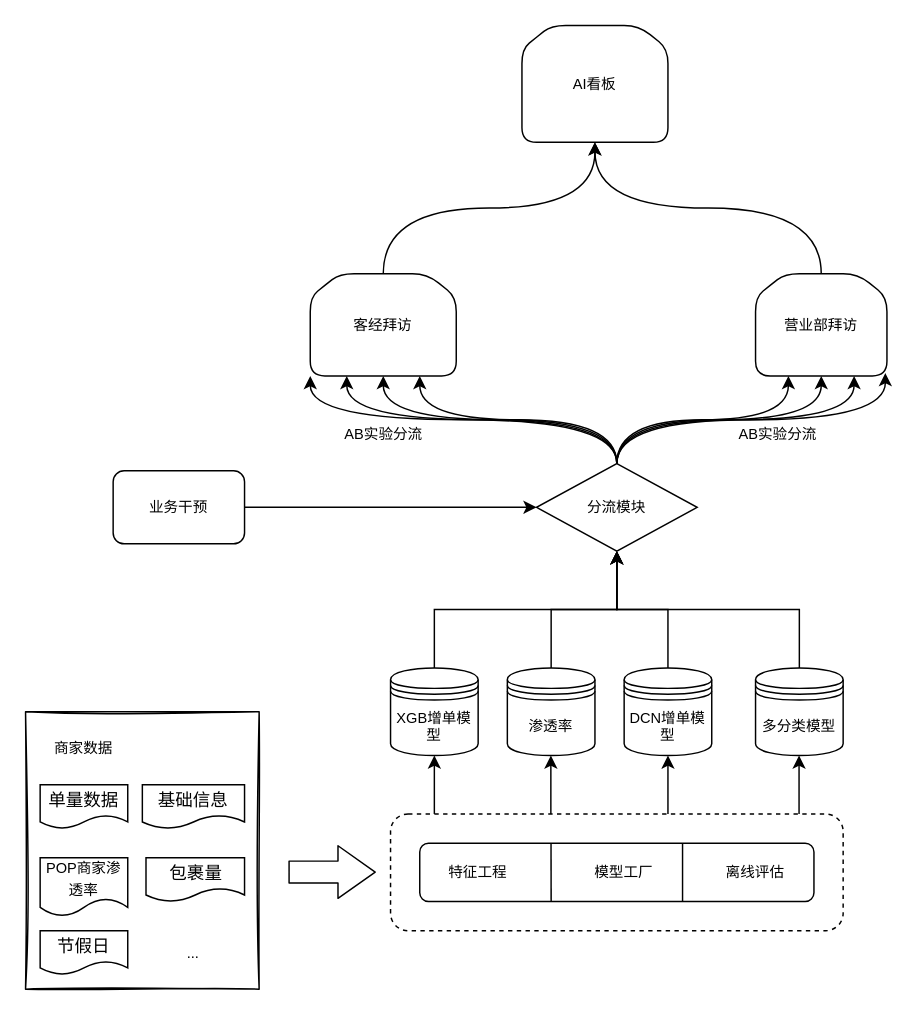
Earlier version of the draw.io diagram 增单.drawio (JintaiYang/drawio). Source tidied: cells renumbered, new cells numbered last; positions are measured from the earlier drawing's top-left corner, leaving out a move shared by most shapes. Both pictures are drawn from the tidied source at 146%, with x=0, y=0 at pixel (25, 25).
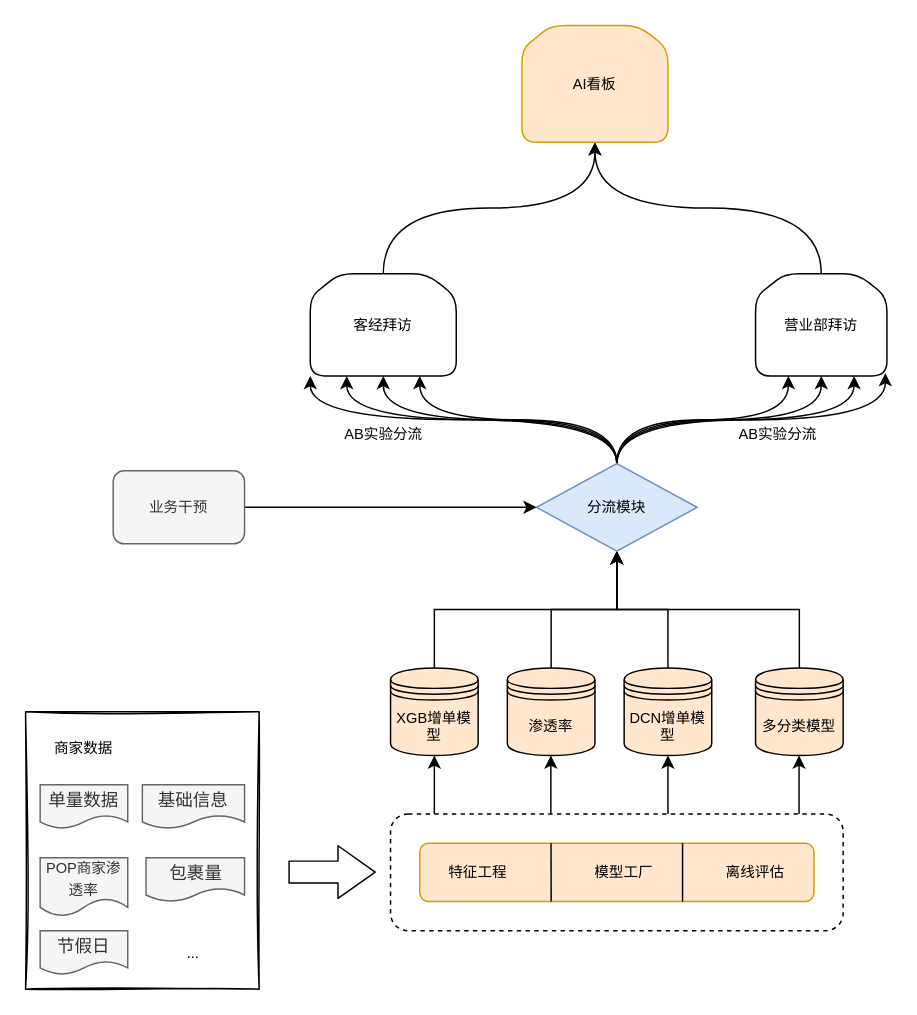
Above is the later version.

The change refers to these unchanged cells:
```xml
<mxCell id="2" style="group;" parent="1" vertex="1">
  <mxGeometry y="470" width="160" height="190" as="geometry" />
</mxCell>
```

What changed in the source:
```diff
@@
-    <mxCell id="4" value="单量数据" style="shape=document;whiteSpace=wrap;html=1;boundedLbl=1;" parent="2" vertex="1">
+    <mxCell id="4" value="单量数据" style="shape=document;whiteSpace=wrap;html=1;boundedLbl=1;fillColor=#f5f5f5;fontColor=#333333;strokeColor=#666666;" parent="2" vertex="1">
       <mxGeometry x="10" y="50" width="60" height="30" as="geometry" />
     </mxCell>
-    <mxCell id="5" value="&lt;font style=&quot;font-size: 10px;&quot;&gt;POP商家渗透率&lt;/font&gt;" style="shape=document;whiteSpace=wrap;html=1;boundedLbl=1;" parent="2" vertex="1">
+    <mxCell id="5" value="&lt;font style=&quot;font-size: 10px;&quot;&gt;POP商家渗透率&lt;/font&gt;" style="shape=document;whiteSpace=wrap;html=1;boundedLbl=1;fillColor=#f5f5f5;fontColor=#333333;strokeColor=#666666;" parent="2" vertex="1">
       <mxGeometry x="10" y="100" width="60" height="40" as="geometry" />
     </mxCell>
-    <mxCell id="6" value="基础信息" style="shape=document;whiteSpace=wrap;html=1;boundedLbl=1;" parent="2" vertex="1">
+    <mxCell id="6" value="基础信息" style="shape=document;whiteSpace=wrap;html=1;boundedLbl=1;fillColor=#f5f5f5;fontColor=#333333;strokeColor=#666666;" parent="2" vertex="1">
       <mxGeometry x="80" y="50" width="70" height="30" as="geometry" />
     </mxCell>
-    <mxCell id="7" value="节假日" style="shape=document;whiteSpace=wrap;html=1;boundedLbl=1;" parent="2" vertex="1">
+    <mxCell id="7" value="节假日" style="shape=document;whiteSpace=wrap;html=1;boundedLbl=1;fillColor=#f5f5f5;fontColor=#333333;strokeColor=#666666;" parent="2" vertex="1">
       <mxGeometry x="10" y="150" width="60" height="30" as="geometry" />
     </mxCell>
-    <mxCell id="8" value="包裹量" style="shape=document;whiteSpace=wrap;html=1;boundedLbl=1;" parent="2" vertex="1">
+    <mxCell id="8" value="包裹量" style="shape=document;whiteSpace=wrap;html=1;boundedLbl=1;fillColor=#f5f5f5;fontColor=#333333;strokeColor=#666666;" parent="2" vertex="1">
       <mxGeometry x="82.5" y="100" width="67.5" height="30" as="geometry" />
     </mxCell>
@@
-    <mxCell id="12" style="rounded=1;whiteSpace=wrap;html=1;sketch=0;fontSize=10;fillColor=none;" parent="1" vertex="1">
+    <mxCell id="12" style="rounded=1;whiteSpace=wrap;html=1;sketch=0;fontSize=10;fillColor=#ffe6cc;strokeColor=#d79b00;" parent="1" vertex="1">
       <mxGeometry x="270" y="560" width="270" height="40" as="geometry" />
     </mxCell>
@@
-    <mxCell id="19" value="XGB增单模型" style="shape=datastore;whiteSpace=wrap;html=1;rounded=0;sketch=0;fontSize=10;fillColor=none;" parent="1" vertex="1">
+    <mxCell id="19" value="XGB增单模型" style="shape=datastore;whiteSpace=wrap;html=1;rounded=0;sketch=0;fontSize=10;fillColor=#ffe6cc;strokeColor=#000000;" parent="1" vertex="1">
       <mxGeometry x="250" y="440" width="60" height="60" as="geometry" />
     </mxCell>
@@
-    <mxCell id="21" value="渗透率" style="shape=datastore;whiteSpace=wrap;html=1;rounded=0;sketch=0;fontSize=10;fillColor=none;" parent="1" vertex="1">
+    <mxCell id="21" value="渗透率" style="shape=datastore;whiteSpace=wrap;html=1;rounded=0;sketch=0;fontSize=10;fillColor=#ffe6cc;strokeColor=#000000;" parent="1" vertex="1">
       <mxGeometry x="330" y="440" width="60" height="60" as="geometry" />
     </mxCell>
@@
-    <mxCell id="23" value="DCN增单模型" style="shape=datastore;whiteSpace=wrap;html=1;rounded=0;sketch=0;fontSize=10;fillColor=none;" parent="1" vertex="1">
+    <mxCell id="23" value="DCN增单模型" style="shape=datastore;whiteSpace=wrap;html=1;rounded=0;sketch=0;fontSize=10;fillColor=#ffe6cc;strokeColor=#000000;" parent="1" vertex="1">
       <mxGeometry x="410" y="440" width="60" height="60" as="geometry" />
     </mxCell>
@@
-    <mxCell id="25" value="多分类模型" style="shape=datastore;whiteSpace=wrap;html=1;rounded=0;sketch=0;fontSize=10;fillColor=none;" parent="1" vertex="1">
+    <mxCell id="25" value="多分类模型" style="shape=datastore;whiteSpace=wrap;html=1;rounded=0;sketch=0;fontSize=10;fillColor=#ffe6cc;strokeColor=#000000;" parent="1" vertex="1">
       <mxGeometry x="500" y="440" width="60" height="60" as="geometry" />
     </mxCell>
@@
-    <mxCell id="34" value="分流模块" style="rhombus;whiteSpace=wrap;html=1;rounded=0;sketch=0;fontSize=10;fillColor=none;" parent="1" vertex="1">
+    <mxCell id="34" value="分流模块" style="rhombus;whiteSpace=wrap;html=1;rounded=0;sketch=0;fontSize=10;fillColor=#dae8fc;strokeColor=#6c8ebf;" parent="1" vertex="1">
       <mxGeometry x="350" y="300" width="110" height="60" as="geometry" />
     </mxCell>
@@
-    <mxCell id="36" value="客经拜访" style="shape=loopLimit;whiteSpace=wrap;html=1;rounded=1;sketch=0;fontSize=10;fillColor=none;" parent="1" vertex="1">
+    <mxCell id="36" value="客经拜访" style="shape=loopLimit;whiteSpace=wrap;html=1;rounded=1;sketch=0;fontSize=10;" parent="1" vertex="1">
       <mxGeometry x="195" y="170" width="100" height="70" as="geometry" />
     </mxCell>
@@
-    <mxCell id="39" value="AI看板" style="shape=loopLimit;whiteSpace=wrap;html=1;rounded=1;sketch=0;fontSize=10;fillColor=none;" parent="1" vertex="1">
+    <mxCell id="39" value="AI看板" style="shape=loopLimit;whiteSpace=wrap;html=1;rounded=1;sketch=0;fontSize=10;fillColor=#ffe6cc;strokeColor=#d79b00;" parent="1" vertex="1">
       <mxGeometry x="340" width="100" height="80" as="geometry" />
     </mxCell>
@@
-    <mxCell id="48" value="业务干预" style="rounded=1;whiteSpace=wrap;html=1;sketch=0;fontSize=10;fillColor=none;" parent="1" vertex="1">
+    <mxCell id="48" value="业务干预" style="rounded=1;whiteSpace=wrap;html=1;sketch=0;fontSize=10;fillColor=#f5f5f5;strokeColor=#666666;fontColor=#333333;" parent="1" vertex="1">
       <mxGeometry x="60" y="305" width="90" height="50" as="geometry" />
     </mxCell>
```
